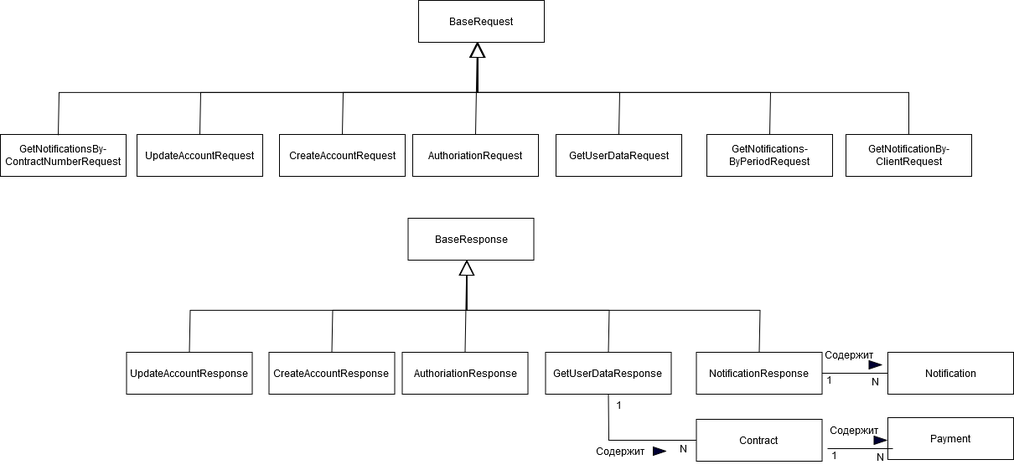
Before: src/main/resources/documentation/Исходная диаграмма классов пакета pojo.drawio.png, a diagram exported from draw.io (VladBaton/vlk). Source tidied: cells renumbered, new cells last; positions are measured from the earlier drawing's top-left corner, leaving out a move shared by most shapes. The source it was exported from:
```xml
<mxGraphModel>
  <root>
    <mxCell id="0" />
    <mxCell id="1" parent="0" />
    <mxCell id="2" value="CreateAccountRequest" style="html=1;whiteSpace=wrap;" parent="1" vertex="1">
      <mxGeometry x="333" y="160" width="150" height="50" as="geometry" />
    </mxCell>
    <mxCell id="3" value="AuthoriationRequest" style="html=1;whiteSpace=wrap;" parent="1" vertex="1">
      <mxGeometry x="492" y="160" width="150" height="50" as="geometry" />
    </mxCell>
    <mxCell id="4" value="UpdateAccountRequest" style="html=1;whiteSpace=wrap;" parent="1" vertex="1">
      <mxGeometry x="163" y="160" width="150" height="50" as="geometry" />
    </mxCell>
    <mxCell id="5" value="GetUserDataRequest" style="html=1;whiteSpace=wrap;" parent="1" vertex="1">
      <mxGeometry x="663" y="160" width="150" height="50" as="geometry" />
    </mxCell>
    <mxCell id="6" value="GetNotificationsBy-ContractNumberRequest" style="html=1;whiteSpace=wrap;" parent="1" vertex="1">
      <mxGeometry y="160" width="150" height="50" as="geometry" />
    </mxCell>
    <mxCell id="7" value="&lt;div&gt;GetNotifications-&lt;/div&gt;&lt;div&gt;ByPeriodRequest&lt;/div&gt;" style="html=1;whiteSpace=wrap;" parent="1" vertex="1">
      <mxGeometry x="843" y="160" width="150" height="50" as="geometry" />
    </mxCell>
    <mxCell id="8" value="&lt;div&gt;GetNotificationBy-&lt;/div&gt;&lt;div&gt;ClientRequest&lt;/div&gt;" style="html=1;whiteSpace=wrap;" parent="1" vertex="1">
      <mxGeometry x="1009" y="160" width="150" height="50" as="geometry" />
    </mxCell>
    <mxCell id="9" value="BaseRequest" style="html=1;whiteSpace=wrap;" parent="1" vertex="1">
      <mxGeometry x="499" width="150" height="50" as="geometry" />
    </mxCell>
    <mxCell id="10" style="endArrow=block;endSize=16;endFill=0;html=1;rounded=0;exitX=0.46;exitY=0.02;exitDx=0;exitDy=0;entryX=0.467;entryY=1;entryDx=0;entryDy=0;entryPerimeter=0;startSize=5;exitPerimeter=0;" parent="1" edge="1" source="6">
      <mxGeometry x="-0.02" y="70" relative="1" as="geometry">
        <mxPoint x="570.1" y="50" as="targetPoint" />
        <Array as="points">
          <mxPoint x="70" y="110" />
          <mxPoint x="570" y="110" />
        </Array>
      </mxGeometry>
    </mxCell>
    <mxCell id="11" style="endArrow=block;endSize=16;endFill=0;html=1;rounded=0;exitX=0.5;exitY=0;exitDx=0;exitDy=0;" parent="1" edge="1" source="4">
      <mxGeometry x="-0.69" y="24" relative="1" as="geometry">
        <mxPoint x="569" y="50" as="targetPoint" />
        <Array as="points">
          <mxPoint x="239" y="110" />
          <mxPoint x="569" y="110" />
        </Array>
      </mxGeometry>
    </mxCell>
    <mxCell id="12" style="endArrow=block;endSize=16;endFill=0;html=1;rounded=0;exitX=0.5;exitY=0;exitDx=0;exitDy=0;" parent="1" edge="1" source="2">
      <mxGeometry x="-0.43" y="58" relative="1" as="geometry">
        <mxPoint x="569" y="50" as="targetPoint" />
        <Array as="points">
          <mxPoint x="409" y="110" />
          <mxPoint x="569" y="110" />
        </Array>
      </mxGeometry>
    </mxCell>
    <mxCell id="13" style="endArrow=block;endSize=16;endFill=0;html=1;rounded=0;exitX=0.5;exitY=0;exitDx=0;exitDy=0;" parent="1" edge="1" source="3">
      <mxGeometry x="0.78" y="110" relative="1" as="geometry">
        <mxPoint x="569" y="50" as="targetPoint" />
      </mxGeometry>
    </mxCell>
    <mxCell id="14" style="endArrow=block;endSize=16;endFill=0;html=1;rounded=0;exitX=0.5;exitY=0;exitDx=0;exitDy=0;" parent="1" edge="1" source="5">
      <mxGeometry x="-0.17" y="-65" relative="1" as="geometry">
        <mxPoint x="569" y="50" as="targetPoint" />
        <Array as="points">
          <mxPoint x="739" y="110" />
          <mxPoint x="569" y="110" />
        </Array>
      </mxGeometry>
    </mxCell>
    <mxCell id="15" style="endArrow=block;endSize=16;endFill=0;html=1;rounded=0;exitX=0.5;exitY=0;exitDx=0;exitDy=0;" parent="1" edge="1" source="7">
      <mxGeometry x="0.79" y="51" relative="1" as="geometry">
        <mxPoint x="569" y="50" as="targetPoint" />
        <Array as="points">
          <mxPoint x="919" y="110" />
          <mxPoint x="569" y="110" />
        </Array>
      </mxGeometry>
    </mxCell>
    <mxCell id="16" style="endArrow=block;endSize=16;endFill=0;html=1;rounded=0;exitX=0.5;exitY=0;exitDx=0;exitDy=0;" parent="1" edge="1" source="8">
      <mxGeometry x="-0.34" y="-91" relative="1" as="geometry">
        <mxPoint x="569" y="50" as="targetPoint" />
        <Array as="points">
          <mxPoint x="1084" y="110" />
          <mxPoint x="569" y="110" />
        </Array>
      </mxGeometry>
    </mxCell>
    <mxCell id="17" value="CreateAccountResponse" style="html=1;whiteSpace=wrap;" parent="1" vertex="1">
      <mxGeometry x="320.5" y="420" width="150" height="50" as="geometry" />
    </mxCell>
    <mxCell id="18" value="AuthoriationResponse" style="html=1;whiteSpace=wrap;" parent="1" vertex="1">
      <mxGeometry x="479.5" y="420" width="150" height="50" as="geometry" />
    </mxCell>
    <mxCell id="19" value="UpdateAccountResponse" style="html=1;whiteSpace=wrap;" parent="1" vertex="1">
      <mxGeometry x="150.5" y="420" width="150" height="50" as="geometry" />
    </mxCell>
    <mxCell id="20" value="GetUserDataResponse" style="html=1;whiteSpace=wrap;" parent="1" vertex="1">
      <mxGeometry x="650.5" y="420" width="150" height="50" as="geometry" />
    </mxCell>
    <mxCell id="21" value="NotificationResponse" style="html=1;whiteSpace=wrap;" parent="1" vertex="1">
      <mxGeometry x="830.5" y="420" width="150" height="50" as="geometry" />
    </mxCell>
    <mxCell id="22" value="BaseResponse" style="html=1;whiteSpace=wrap;" parent="1" vertex="1">
      <mxGeometry x="486.5" y="260" width="150" height="50" as="geometry" />
    </mxCell>
    <mxCell id="23" style="endArrow=block;endSize=16;endFill=0;html=1;rounded=0;exitX=0.5;exitY=0;exitDx=0;exitDy=0;" parent="1" edge="1" source="19">
      <mxGeometry x="-0.69" y="24" relative="1" as="geometry">
        <mxPoint x="556.5" y="310" as="targetPoint" />
        <Array as="points">
          <mxPoint x="226.5" y="370" />
          <mxPoint x="556.5" y="370" />
        </Array>
      </mxGeometry>
    </mxCell>
    <mxCell id="24" style="endArrow=block;endSize=16;endFill=0;html=1;rounded=0;exitX=0.5;exitY=0;exitDx=0;exitDy=0;" parent="1" edge="1" source="17">
      <mxGeometry x="-0.43" y="58" relative="1" as="geometry">
        <mxPoint x="556.5" y="310" as="targetPoint" />
        <Array as="points">
          <mxPoint x="396.5" y="370" />
          <mxPoint x="556.5" y="370" />
        </Array>
      </mxGeometry>
    </mxCell>
    <mxCell id="25" style="endArrow=block;endSize=16;endFill=0;html=1;rounded=0;exitX=0.5;exitY=0;exitDx=0;exitDy=0;" parent="1" edge="1" source="18">
      <mxGeometry x="0.78" y="110" relative="1" as="geometry">
        <mxPoint x="556.5" y="310" as="targetPoint" />
      </mxGeometry>
    </mxCell>
    <mxCell id="26" style="endArrow=block;endSize=16;endFill=0;html=1;rounded=0;exitX=0.5;exitY=0;exitDx=0;exitDy=0;" parent="1" edge="1" source="20">
      <mxGeometry x="-0.17" y="-65" relative="1" as="geometry">
        <mxPoint x="556.5" y="310" as="targetPoint" />
        <Array as="points">
          <mxPoint x="726.5" y="370" />
          <mxPoint x="556.5" y="370" />
        </Array>
      </mxGeometry>
    </mxCell>
    <mxCell id="27" style="endArrow=block;endSize=16;endFill=0;html=1;rounded=0;exitX=0.5;exitY=0;exitDx=0;exitDy=0;" parent="1" edge="1" source="21">
      <mxGeometry x="0.79" y="51" relative="1" as="geometry">
        <mxPoint x="556.5" y="310" as="targetPoint" />
        <Array as="points">
          <mxPoint x="906.5" y="370" />
          <mxPoint x="556.5" y="370" />
        </Array>
      </mxGeometry>
    </mxCell>
    <mxCell id="28" value="Notification" style="html=1;whiteSpace=wrap;" parent="1" vertex="1">
      <mxGeometry x="1059" y="420" width="150" height="50" as="geometry" />
    </mxCell>
    <mxCell id="29" style="endArrow=none;html=1;rounded=0;entryX=0;entryY=0.5;entryDx=0;entryDy=0;exitX=1;exitY=0.5;exitDx=0;exitDy=0;" parent="1" edge="1" source="21" target="28">
      <mxGeometry relative="1" as="geometry" />
    </mxCell>
    <mxCell id="30" value="1" style="text;html=1;align=center;verticalAlign=middle;strokeColor=none;fillColor=none;" parent="1" vertex="1">
      <mxGeometry x="974" y="438" width="30" height="30" as="geometry" />
    </mxCell>
    <mxCell id="31" value="N" style="text;html=1;align=center;verticalAlign=middle;strokeColor=none;fillColor=none;" parent="1" vertex="1">
      <mxGeometry x="1029" y="440" width="30" height="30" as="geometry" />
    </mxCell>
    <mxCell id="32" style="triangle;whiteSpace=wrap;html=1;fillColor=#000033;" parent="1" vertex="1">
      <mxGeometry x="1036.5" y="430" width="15" height="10" as="geometry" />
    </mxCell>
    <mxCell id="33" value="Содержит" style="text;html=1;align=center;verticalAlign=middle;strokeColor=none;fillColor=none;" parent="1" vertex="1">
      <mxGeometry x="971.5" y="408" width="80" height="30" as="geometry" />
    </mxCell>
    <mxCell id="34" value="Contract" style="html=1;whiteSpace=wrap;" parent="1" vertex="1">
      <mxGeometry x="830.5" y="500" width="150" height="50" as="geometry" />
    </mxCell>
    <mxCell id="35" style="endArrow=none;html=1;rounded=0;entryX=0.5;entryY=1;entryDx=0;entryDy=0;exitX=0;exitY=0.5;exitDx=0;exitDy=0;" parent="1" edge="1" source="34" target="20">
      <mxGeometry relative="1" as="geometry">
        <Array as="points">
          <mxPoint x="726" y="525" />
        </Array>
      </mxGeometry>
    </mxCell>
    <mxCell id="36" value="1" style="text;html=1;align=center;verticalAlign=middle;strokeColor=none;fillColor=none;" parent="1" vertex="1">
      <mxGeometry x="723" y="468" width="30" height="30" as="geometry" />
    </mxCell>
    <mxCell id="37" value="N" style="text;html=1;align=center;verticalAlign=middle;strokeColor=none;fillColor=none;" parent="1" vertex="1">
      <mxGeometry x="800.5" y="520" width="30" height="30" as="geometry" />
    </mxCell>
    <mxCell id="38" style="triangle;whiteSpace=wrap;html=1;fillColor=#000033;" parent="1" vertex="1">
      <mxGeometry x="779" y="533" width="15" height="10" as="geometry" />
    </mxCell>
    <mxCell id="39" value="Содержит" style="text;html=1;align=center;verticalAlign=middle;strokeColor=none;fillColor=none;" parent="1" vertex="1">
      <mxGeometry x="699" y="523" width="80" height="30" as="geometry" />
    </mxCell>
    <mxCell id="40" value="Payment" style="html=1;whiteSpace=wrap;" parent="1" vertex="1">
      <mxGeometry x="1059" y="498" width="150" height="50" as="geometry" />
    </mxCell>
    <mxCell id="41" style="endArrow=none;html=1;rounded=0;entryX=0;entryY=0.5;entryDx=0;entryDy=0;exitX=1;exitY=0.5;exitDx=0;exitDy=0;" parent="1" edge="1">
      <mxGeometry relative="1" as="geometry">
        <mxPoint x="987" y="535" as="sourcePoint" />
        <mxPoint x="1065" y="535" as="targetPoint" />
      </mxGeometry>
    </mxCell>
    <mxCell id="42" value="1" style="text;html=1;align=center;verticalAlign=middle;strokeColor=none;fillColor=none;" parent="1" vertex="1">
      <mxGeometry x="980" y="528" width="30" height="30" as="geometry" />
    </mxCell>
    <mxCell id="43" value="N" style="text;html=1;align=center;verticalAlign=middle;strokeColor=none;fillColor=none;" parent="1" vertex="1">
      <mxGeometry x="1035" y="530" width="30" height="30" as="geometry" />
    </mxCell>
    <mxCell id="44" style="triangle;whiteSpace=wrap;html=1;fillColor=#000033;" parent="1" vertex="1">
      <mxGeometry x="1042.5" y="520" width="15" height="10" as="geometry" />
    </mxCell>
    <mxCell id="45" value="Содержит" style="text;html=1;align=center;verticalAlign=middle;strokeColor=none;fillColor=none;" parent="1" vertex="1">
      <mxGeometry x="977.5" y="498" width="80" height="30" as="geometry" />
    </mxCell>
  </root>
</mxGraphModel>
```
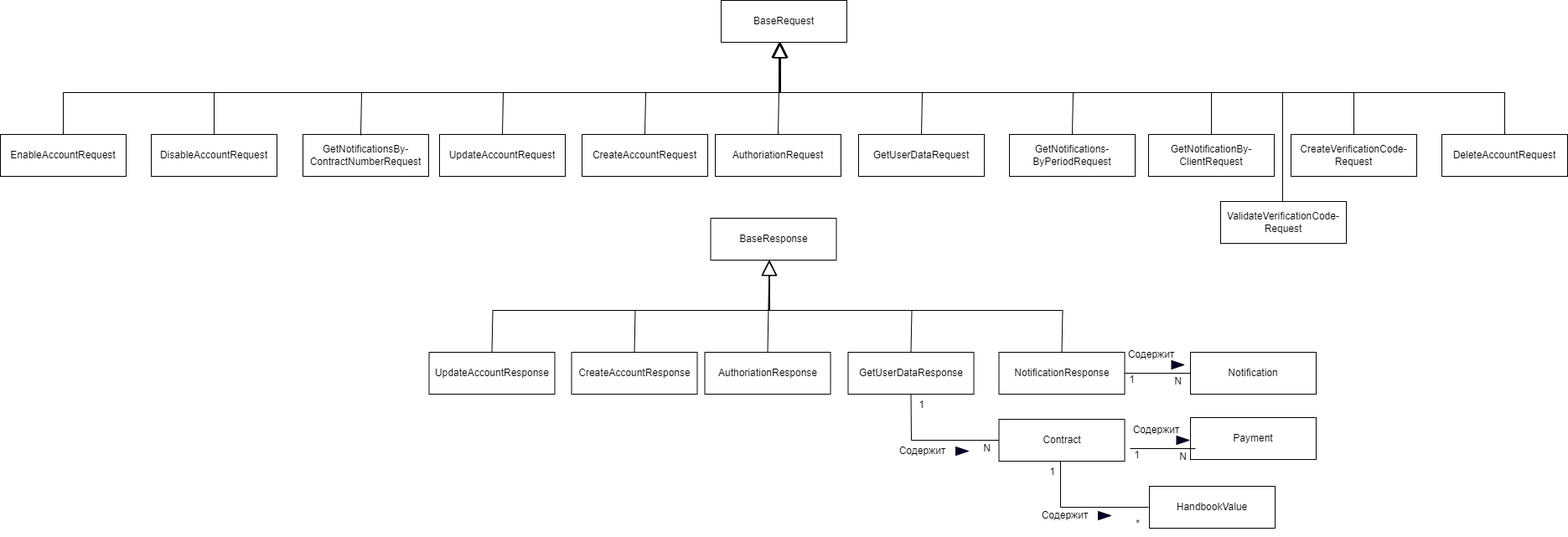
The same file after the commit.

Diff of the diagram source:
```diff
@@ -205,5 +205,90 @@
     <mxCell id="45" value="Содержит" style="text;html=1;align=center;verticalAlign=middle;strokeColor=none;fillColor=none;" parent="1" vertex="1">
       <mxGeometry x="977.5" y="498" width="80" height="30" as="geometry" />
     </mxCell>
+    <mxCell id="46" value="&lt;div&gt;CreateVerificationCode-Request&lt;/div&gt;" style="html=1;whiteSpace=wrap;" parent="1" vertex="1">
+      <mxGeometry x="1179" y="160" width="150" height="50" as="geometry" />
+    </mxCell>
+    <mxCell id="47" style="endArrow=block;endSize=16;endFill=0;html=1;rounded=0;exitX=0.5;exitY=0;exitDx=0;exitDy=0;" parent="1" edge="1" source="46">
+      <mxGeometry x="0.78" y="110" relative="1" as="geometry">
+        <mxPoint x="569" y="50" as="targetPoint" />
+        <Array as="points">
+          <mxPoint x="1254" y="110" />
+          <mxPoint x="569" y="110" />
+        </Array>
+      </mxGeometry>
+    </mxCell>
+    <mxCell id="48" value="&lt;div&gt;DeleteAccountRequest&lt;/div&gt;" style="html=1;whiteSpace=wrap;" parent="1" vertex="1">
+      <mxGeometry x="1359" y="160" width="150" height="50" as="geometry" />
+    </mxCell>
+    <mxCell id="49" style="endArrow=block;endSize=16;endFill=0;html=1;rounded=0;exitX=0.5;exitY=0;exitDx=0;exitDy=0;" parent="1" edge="1" source="48">
+      <mxGeometry x="0.78" y="110" relative="1" as="geometry">
+        <mxPoint x="569" y="50" as="targetPoint" />
+        <Array as="points">
+          <mxPoint x="1434" y="110" />
+          <mxPoint x="569" y="110" />
+        </Array>
+      </mxGeometry>
+    </mxCell>
+    <mxCell id="50" value="DisableAccountRequest" style="html=1;whiteSpace=wrap;" parent="1" vertex="1">
+      <mxGeometry x="-181" y="160" width="150" height="50" as="geometry" />
+    </mxCell>
+    <mxCell id="51" style="endArrow=block;endSize=16;endFill=0;html=1;rounded=0;exitX=0.5;exitY=0;exitDx=0;exitDy=0;" parent="1" edge="1" source="50">
+      <mxGeometry x="0.78" y="110" relative="1" as="geometry">
+        <mxPoint x="569" y="50" as="targetPoint" />
+        <Array as="points">
+          <mxPoint x="-106" y="110" />
+          <mxPoint x="569" y="110" />
+        </Array>
+      </mxGeometry>
+    </mxCell>
+    <mxCell id="52" value="EnableAccountRequest" style="html=1;whiteSpace=wrap;" parent="1" vertex="1">
+      <mxGeometry x="-361" y="160" width="150" height="50" as="geometry" />
+    </mxCell>
+    <mxCell id="53" style="endArrow=block;endSize=16;endFill=0;html=1;rounded=0;exitX=0.5;exitY=0;exitDx=0;exitDy=0;" parent="1" edge="1" source="52">
+      <mxGeometry x="0.78" y="110" relative="1" as="geometry">
+        <mxPoint x="569" y="50" as="targetPoint" />
+        <Array as="points">
+          <mxPoint x="-286" y="110" />
+          <mxPoint x="569" y="110" />
+        </Array>
+      </mxGeometry>
+    </mxCell>
+    <mxCell id="54" value="HandbookValue" style="html=1;whiteSpace=wrap;" parent="1" vertex="1">
+      <mxGeometry x="1010" y="580" width="150" height="50" as="geometry" />
+    </mxCell>
+    <mxCell id="55" style="endArrow=none;html=1;rounded=0;entryX=0.5;entryY=1;entryDx=0;entryDy=0;exitX=0;exitY=0.5;exitDx=0;exitDy=0;" parent="1" edge="1">
+      <mxGeometry relative="1" as="geometry">
+        <mxPoint x="1009" y="605" as="sourcePoint" />
+        <mxPoint x="904" y="550" as="targetPoint" />
+        <Array as="points">
+          <mxPoint x="904" y="605" />
+        </Array>
+      </mxGeometry>
+    </mxCell>
+    <mxCell id="56" value="Содержит" style="text;html=1;align=center;verticalAlign=middle;strokeColor=none;fillColor=none;" parent="1" vertex="1">
+      <mxGeometry x="869" y="600" width="80" height="30" as="geometry" />
+    </mxCell>
+    <mxCell id="57" style="triangle;whiteSpace=wrap;html=1;fillColor=#000033;" parent="1" vertex="1">
+      <mxGeometry x="949" y="610" width="15" height="10" as="geometry" />
+    </mxCell>
+    <mxCell id="58" value="1" style="text;html=1;align=center;verticalAlign=middle;strokeColor=none;fillColor=none;" parent="1" vertex="1">
+      <mxGeometry x="879" y="548" width="30" height="30" as="geometry" />
+    </mxCell>
+    <mxCell id="59" value="*" style="text;html=1;align=center;verticalAlign=middle;strokeColor=none;fillColor=none;" parent="1" vertex="1">
+      <mxGeometry x="980.5" y="610" width="30" height="30" as="geometry" />
+    </mxCell>
+    <mxCell id="60" value="&lt;div&gt;ValidateVerificationCode-Request&lt;/div&gt;" style="html=1;whiteSpace=wrap;" parent="1" vertex="1">
+      <mxGeometry x="1095" y="240" width="150" height="50" as="geometry" />
+    </mxCell>
+    <mxCell id="61" style="endArrow=block;endSize=16;endFill=0;html=1;rounded=0;" parent="1" edge="1">
+      <mxGeometry x="0.78" y="110" relative="1" as="geometry">
+        <mxPoint x="1169" y="240" as="sourcePoint" />
+        <mxPoint x="568" y="50" as="targetPoint" />
+        <Array as="points">
+          <mxPoint x="1169" y="110" />
+          <mxPoint x="568" y="110" />
+        </Array>
+      </mxGeometry>
+    </mxCell>
   </root>
 </mxGraphModel>
```
